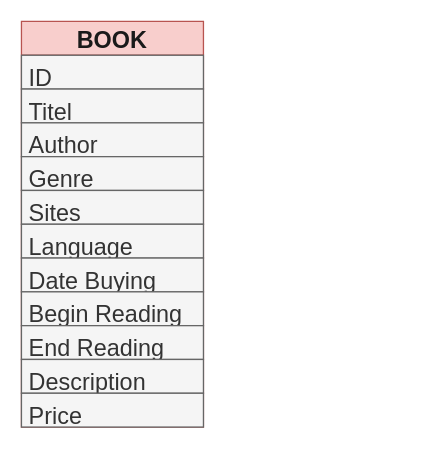
This is page "Page-3" (3 of 3) of Home_Library.drawio from Queeen520/DATABASE_PLANNING, a draw.io file, before an edit. Source tidied: cells renumbered, new cells numbered last; positions are measured from the earlier drawing's top-left corner, leaving out a move shared by most shapes. Both pictures are drawn from the tidied source at 130%, with x=0, y=0 at pixel (21, 21).
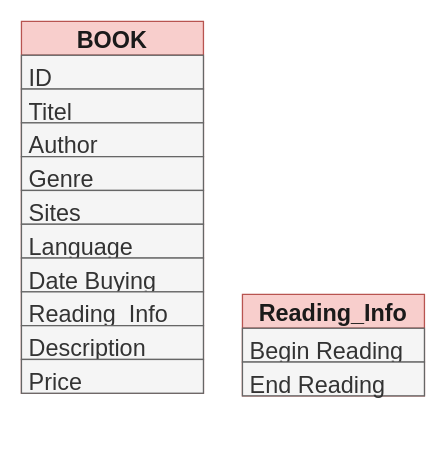
After the change.

The edit, as a diff of the source:
```diff
@@
 <mxGraphModel>
   <root>
     <mxCell id="0" />
     <mxCell id="1" parent="0" />
     <mxCell id="2" value="BOOK" style="swimlane;fontStyle=1;horizontal=1;startSize=26;fillColor=#f8cecc;fontSize=18;strokeColor=#b85450;fontColor=#1A1A1A;" parent="1" vertex="1">
-      <mxGeometry width="140" height="312" as="geometry" />
+      <mxGeometry width="140" height="286" as="geometry" />
     </mxCell>
     <mxCell id="3" value="ID " style="text;strokeColor=#666666;fillColor=#f5f5f5;align=left;verticalAlign=top;spacingLeft=4;spacingRight=4;overflow=hidden;fontSize=18;fontColor=#333333;" parent="2" vertex="1">
       <mxGeometry y="26" width="140" height="26" as="geometry" />
     </mxCell>
     <mxCell id="4" value="Titel" style="text;strokeColor=#666666;fillColor=#f5f5f5;align=left;verticalAlign=top;spacingLeft=4;spacingRight=4;overflow=hidden;fontSize=18;fontColor=#333333;" parent="2" vertex="1">
       <mxGeometry y="52" width="140" height="26" as="geometry" />
     </mxCell>
     <mxCell id="5" value="Author" style="text;strokeColor=#666666;fillColor=#f5f5f5;align=left;verticalAlign=top;spacingLeft=4;spacingRight=4;overflow=hidden;fontSize=18;fontColor=#333333;" parent="2" vertex="1">
       <mxGeometry y="78" width="140" height="26" as="geometry" />
     </mxCell>
     <mxCell id="6" value="Genre" style="text;strokeColor=#666666;fillColor=#f5f5f5;align=left;verticalAlign=top;spacingLeft=4;spacingRight=4;overflow=hidden;fontSize=18;fontColor=#333333;" parent="2" vertex="1">
       <mxGeometry y="104" width="140" height="26" as="geometry" />
     </mxCell>
     <mxCell id="7" value="Sites" style="text;strokeColor=#666666;fillColor=#f5f5f5;align=left;verticalAlign=top;spacingLeft=4;spacingRight=4;overflow=hidden;fontSize=18;fontColor=#333333;" parent="2" vertex="1">
       <mxGeometry y="130" width="140" height="26" as="geometry" />
     </mxCell>
     <mxCell id="8" value="Language" style="text;strokeColor=#666666;fillColor=#f5f5f5;align=left;verticalAlign=top;spacingLeft=4;spacingRight=4;overflow=hidden;fontSize=18;fontColor=#333333;" parent="2" vertex="1">
       <mxGeometry y="156" width="140" height="26" as="geometry" />
     </mxCell>
     <mxCell id="9" value="Date Buying" style="text;strokeColor=#666666;fillColor=#f5f5f5;align=left;verticalAlign=top;spacingLeft=4;spacingRight=4;overflow=hidden;fontSize=18;fontColor=#333333;" parent="2" vertex="1">
       <mxGeometry y="182" width="140" height="26" as="geometry" />
     </mxCell>
-    <mxCell id="10" value="Begin Reading" style="text;strokeColor=#666666;fillColor=#f5f5f5;align=left;verticalAlign=top;spacingLeft=4;spacingRight=4;overflow=hidden;fontSize=18;fontColor=#333333;" parent="2" vertex="1">
+    <mxCell id="10" value="Reading_Info" style="text;strokeColor=#666666;fillColor=#f5f5f5;align=left;verticalAlign=top;spacingLeft=4;spacingRight=4;overflow=hidden;fontSize=18;fontColor=#333333;" parent="2" vertex="1">
       <mxGeometry y="208" width="140" height="26" as="geometry" />
     </mxCell>
-    <mxCell id="11" value="End Reading" style="text;strokeColor=#666666;fillColor=#f5f5f5;align=left;verticalAlign=top;spacingLeft=4;spacingRight=4;overflow=hidden;fontSize=18;fontColor=#333333;" parent="2" vertex="1">
-      <mxGeometry y="234" width="140" height="26" as="geometry" />
-    </mxCell>
     <mxCell id="12" value="Description" style="text;strokeColor=#666666;fillColor=#f5f5f5;align=left;verticalAlign=top;spacingLeft=4;spacingRight=4;overflow=hidden;fontSize=18;fontColor=#333333;" parent="2" vertex="1">
-      <mxGeometry y="260" width="140" height="26" as="geometry" />
+      <mxGeometry y="234" width="140" height="26" as="geometry" />
     </mxCell>
     <mxCell id="13" value="Price" style="text;strokeColor=#666666;fillColor=#f5f5f5;align=left;verticalAlign=top;spacingLeft=4;spacingRight=4;overflow=hidden;fontSize=18;fontColor=#333333;" parent="2" vertex="1">
-      <mxGeometry y="286" width="140" height="26" as="geometry" />
+      <mxGeometry y="260" width="140" height="26" as="geometry" />
     </mxCell>
+    <mxCell id="14" value="Reading_Info" style="swimlane;fontStyle=1;horizontal=1;startSize=26;fillColor=#f8cecc;fontSize=18;strokeColor=#b85450;fontColor=#1A1A1A;" parent="1" vertex="1">
+      <mxGeometry x="170" y="210" width="140" height="78" as="geometry" />
+    </mxCell>
+    <mxCell id="15" value="Begin Reading" style="text;strokeColor=#666666;fillColor=#f5f5f5;align=left;verticalAlign=top;spacingLeft=4;spacingRight=4;overflow=hidden;fontSize=18;fontColor=#333333;" parent="14" vertex="1">
+      <mxGeometry y="26" width="140" height="26" as="geometry" />
+    </mxCell>
+    <mxCell id="11" value="End Reading" style="text;strokeColor=#666666;fillColor=#f5f5f5;align=left;verticalAlign=top;spacingLeft=4;spacingRight=4;overflow=hidden;fontSize=18;fontColor=#333333;" parent="14" vertex="1">
+      <mxGeometry y="52" width="140" height="26" as="geometry" />
+    </mxCell>
   </root>
 </mxGraphModel>
```
